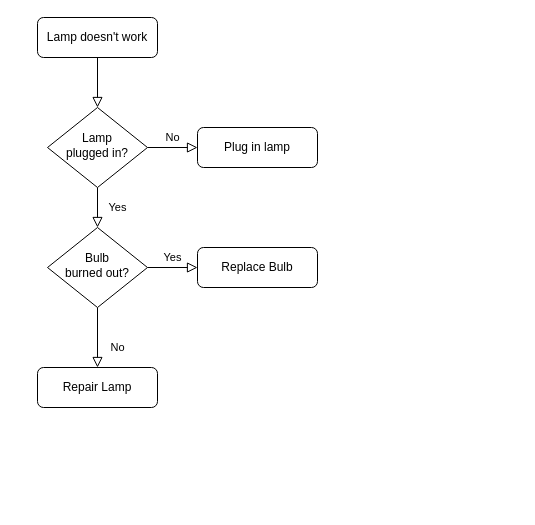
Earlier version of the draw.io diagram Drawio/流程图.drawio (makaspacex/PictureZone). Source tidied: cells renumbered, new cells numbered last; positions are measured from the earlier drawing's top-left corner, leaving out a move shared by most shapes. Both pictures are drawn from the tidied source at 100%, with x=0, y=0 at pixel (37, 17).
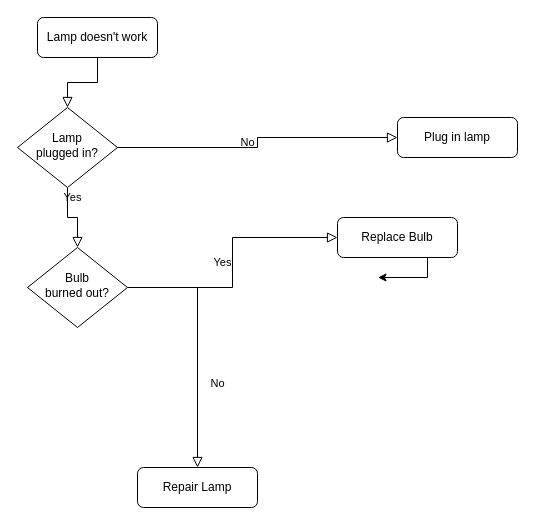
Above is the later version.

Commit message (it also covers changes not shown here):
更新流程图.drawio

Change to the diagram source:
```diff
@@
 <mxGraphModel>
   <root>
     <mxCell id="0" />
     <mxCell id="1" parent="0" />
     <mxCell id="2" style="rounded=0;html=1;jettySize=auto;fontSize=11;endArrow=block;endFill=0;endSize=8;strokeWidth=1;shadow=0;labelBackgroundColor=none;edgeStyle=orthogonalEdgeStyle;" parent="1" edge="1" source="3" target="6">
       <mxGeometry relative="1" as="geometry" />
     </mxCell>
     <mxCell id="3" value="Lamp doesn't work" style="rounded=1;whiteSpace=wrap;html=1;fontSize=12;glass=0;strokeWidth=1;shadow=0;" parent="1" vertex="1">
       <mxGeometry width="120" height="40" as="geometry" />
     </mxCell>
     <mxCell id="4" value="Yes" style="rounded=0;html=1;jettySize=auto;fontSize=11;endArrow=block;endFill=0;endSize=8;strokeWidth=1;shadow=0;labelBackgroundColor=none;edgeStyle=orthogonalEdgeStyle;" parent="1" edge="1" source="6" target="10">
       <mxGeometry y="20" relative="1" as="geometry" />
     </mxCell>
     <mxCell id="5" value="No" style="edgeStyle=orthogonalEdgeStyle;rounded=0;html=1;jettySize=auto;fontSize=11;endArrow=block;endFill=0;endSize=8;strokeWidth=1;shadow=0;labelBackgroundColor=none;" parent="1" edge="1" source="6" target="7">
       <mxGeometry y="10" relative="1" as="geometry" />
     </mxCell>
     <mxCell id="6" value="Lamp&lt;br&gt;plugged in?" style="rhombus;whiteSpace=wrap;html=1;shadow=0;fontFamily=Helvetica;fontSize=12;align=center;strokeWidth=1;spacing=6;spacingTop=-4;" parent="1" vertex="1">
-      <mxGeometry x="10" y="90" width="100" height="80" as="geometry" />
+      <mxGeometry x="-20" y="90" width="100" height="80" as="geometry" />
     </mxCell>
     <mxCell id="7" value="Plug in lamp" style="rounded=1;whiteSpace=wrap;html=1;fontSize=12;glass=0;strokeWidth=1;shadow=0;" parent="1" vertex="1">
-      <mxGeometry x="160" y="110" width="120" height="40" as="geometry" />
+      <mxGeometry x="360" y="100" width="120" height="40" as="geometry" />
     </mxCell>
     <mxCell id="8" value="No" style="rounded=0;html=1;jettySize=auto;fontSize=11;endArrow=block;endFill=0;endSize=8;strokeWidth=1;shadow=0;labelBackgroundColor=none;edgeStyle=orthogonalEdgeStyle;" parent="1" edge="1" source="10" target="11">
       <mxGeometry x="0.33" y="20" relative="1" as="geometry" />
     </mxCell>
     <mxCell id="9" value="Yes" style="edgeStyle=orthogonalEdgeStyle;rounded=0;html=1;jettySize=auto;fontSize=11;endArrow=block;endFill=0;endSize=8;strokeWidth=1;shadow=0;labelBackgroundColor=none;" parent="1" edge="1" source="10" target="12">
       <mxGeometry y="10" relative="1" as="geometry" />
     </mxCell>
     <mxCell id="10" value="Bulb&lt;br&gt;burned out?" style="rhombus;whiteSpace=wrap;html=1;shadow=0;fontFamily=Helvetica;fontSize=12;align=center;strokeWidth=1;spacing=6;spacingTop=-4;" parent="1" vertex="1">
-      <mxGeometry x="10" y="210" width="100" height="80" as="geometry" />
+      <mxGeometry x="-10" y="230" width="100" height="80" as="geometry" />
     </mxCell>
     <mxCell id="11" value="Repair Lamp" style="rounded=1;whiteSpace=wrap;html=1;fontSize=12;glass=0;strokeWidth=1;shadow=0;" parent="1" vertex="1">
-      <mxGeometry y="350" width="120" height="40" as="geometry" />
+      <mxGeometry x="100" y="450" width="120" height="40" as="geometry" />
     </mxCell>
+    <mxCell id="13" style="edgeStyle=orthogonalEdgeStyle;rounded=0;jettySize=auto;html=1;exitX=0.75;exitY=1;exitDx=0;exitDy=0;" parent="1" edge="1" source="12">
+      <mxGeometry relative="1" as="geometry">
+        <mxPoint x="340" y="260" as="targetPoint" />
+      </mxGeometry>
+    </mxCell>
     <mxCell id="12" value="Replace Bulb" style="rounded=1;whiteSpace=wrap;html=1;fontSize=12;glass=0;strokeWidth=1;shadow=0;" parent="1" vertex="1">
-      <mxGeometry x="160" y="230" width="120" height="40" as="geometry" />
+      <mxGeometry x="300" y="200" width="120" height="40" as="geometry" />
     </mxCell>
   </root>
 </mxGraphModel>
```
